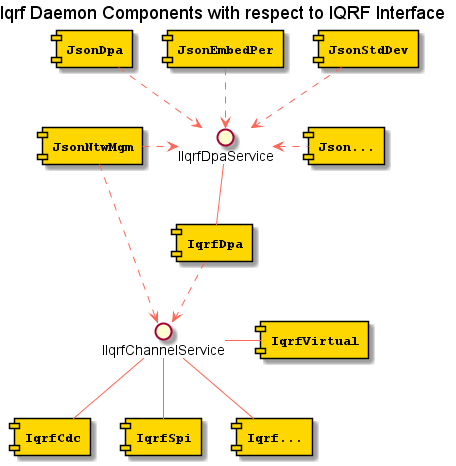
Above: Documents/02-Design/sw-design-resources/ComponentDiagramWrtIqrfDpa.png in iqrf/iqrf-gateway-daemon (PlantUML), before the change.
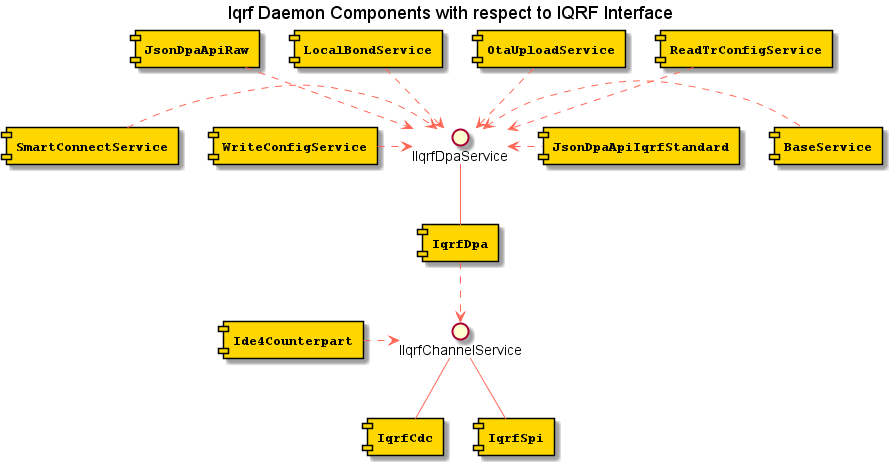
The same diagram one commit later.

Diff of the diagram source:
```diff
@@ -25,34 +25,38 @@
 }
 
 
-component [JsonDpa] as C30
-component [JsonEmbedPer] as C34
-component [JsonStdDev] as C35
-component [JsonNtwMgm] as C36
-component [Json...] as C39
+component [BaseService] as C30
+component [JsonDpaApiIqrfStandard] as C31
+component [JsonDpaApiRaw] as C32
+component [LocalBondService] as C33
+component [OtaUploadService] as C34
+component [ReadTrConfigService] as C35
+component [SmartConnectService] as C36
+component [WriteConfigService] as C37
+component [Ide4Counterpart] as C38
+
 
 component [IqrfDpa] as C40
 
 component [IqrfCdc] as C50
 component [IqrfSpi] as C51
-component [IqrfVirtual] as C52
-component [Iqrf...] as C53
 
 C40 -u- I40
 C50 -u- I50
 C51 -u- I50
-C52 -l- I50
-C53 -u- I50
 
-C30 .d.> I40
+C30 .l.> I40
+C31 .l.> I40
+C32 .d.> I40
+C33 .d.> I40
 C34 .d.> I40
 C35 .d.> I40
 C36 .r.> I40
-C39 .l.> I40
+C37 .r.> I40
 
 C40 .d.> I50
 
-C36 .d.> I50
+C38 .r.> I50
 
 
 interface "IIqrfDpaService" as I40
```
